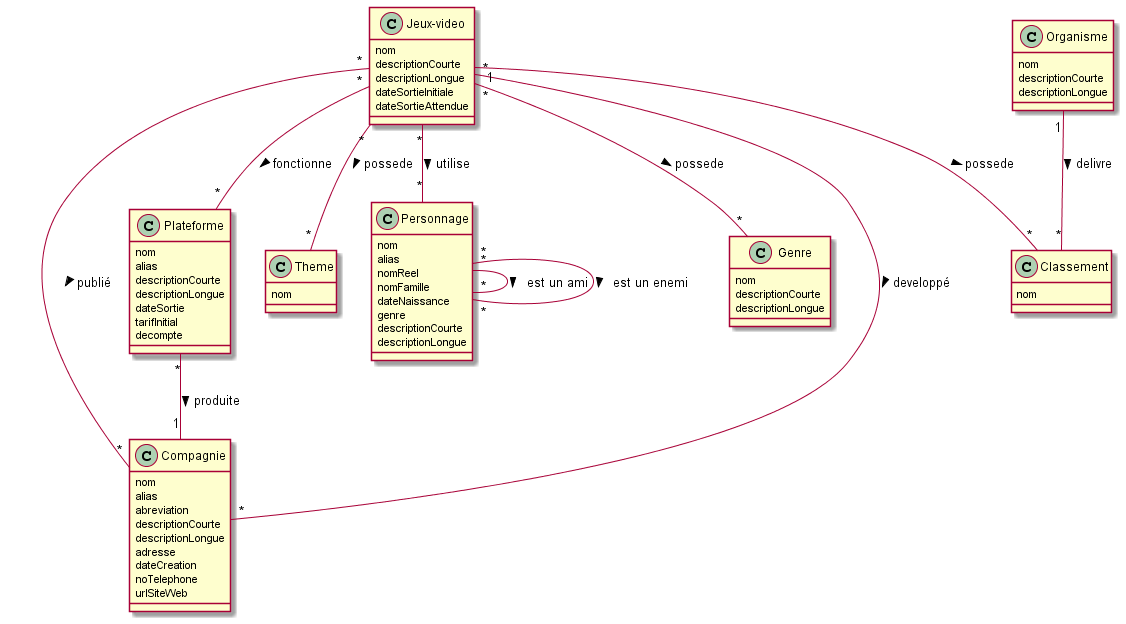
Above: ressources/Gamepedia.png in toxicbloud/BDD-Application (PlantUML), before the change. Its diagram source:
```plantuml
@startuml Gamepedia
class "Jeux-video" as Jeu {
    nom
    descriptionCourte
    descriptionLongue
    dateSortieInitiale
    dateSortieAttendue
}

class Theme{
    nom
}
class Genre{
    nom
    descriptionCourte
    descriptionLongue
}
class Plateforme{
    nom
    alias
    descriptionCourte
    descriptionLongue
    dateSortie
    tarifInitial
    decompte
}
class Compagnie{
    nom
    alias
    abreviation
    descriptionCourte
    descriptionLongue
    adresse
    dateCreation
    noTelephone
    urlSiteWeb
}
class Classement{
    nom
}
class Organisme{
    nom
    descriptionCourte
    descriptionLongue
}
class Personnage{
    nom
    alias
    nomReel
    nomFamille
    dateNaissance
    genre
    descriptionCourte
    descriptionLongue
}

Jeu "*" -- "*" Theme : possede >
Jeu "*" -- "*" Genre : possede >
Jeu "*" -- "*" Plateforme : fonctionne >
Plateforme "*" -- "1" Compagnie : produite >
Jeu "*" -- "*" Compagnie : developpé >
Jeu "*" -- "*" Compagnie : publié >
Jeu " 1" -- "*" Classement : possede >
Organisme "1" -- "*" Classement :  delivre >
Jeu "*" -- "*" Personnage : utilise >
Personnage "*" -- "*" Personnage : est un ami >
Personnage "*" -- "*" Personnage : est un enemi >

@enduml
```
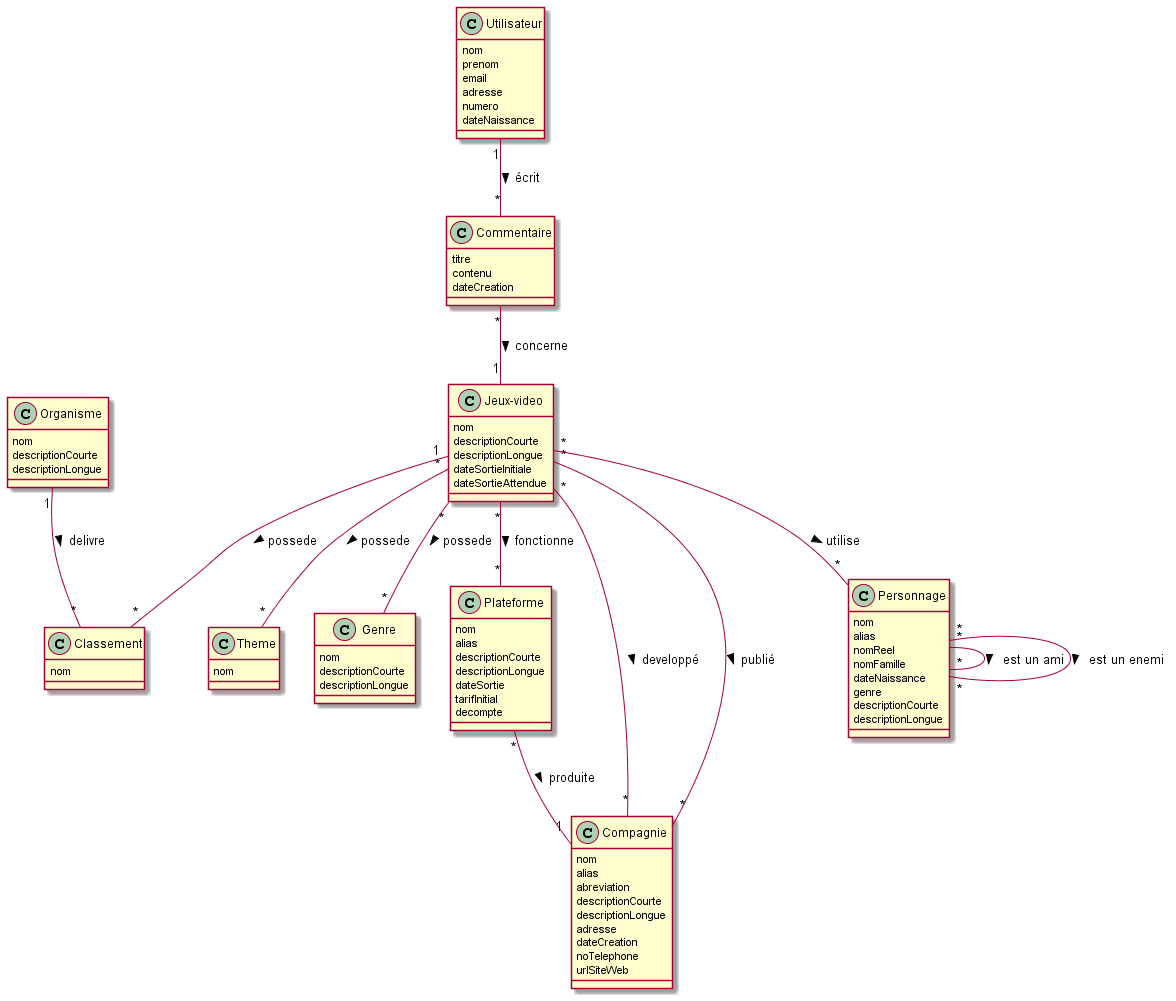
Above is the later version.

Diff of the diagram source:
```diff
@@ -53,7 +53,21 @@
     descriptionCourte
     descriptionLongue
 }
-
+class Utilisateur{
+    nom
+    prenom
+    email
+    adresse
+    numero
+    dateNaissance
+}
+class Commentaire{
+    titre
+    contenu
+    dateCreation
+}
+Commentaire "*"--  "1" Jeu : concerne >
+Utilisateur "1" -- "*" Commentaire : écrit >
 Jeu "*" -- "*" Theme : possede >
 Jeu "*" -- "*" Genre : possede >
 Jeu "*" -- "*" Plateforme : fonctionne >
```
